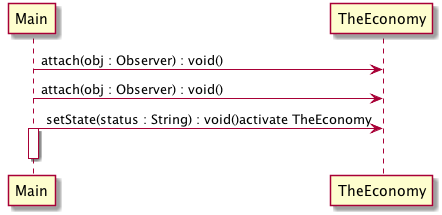
Above: sequence-diagram-gen/sample.png in rishirajrandive/uml-parser (PlantUML), before the change. Source of this version:
```plantuml
@startuml
 Main->TheEconomy:attach(obj : Observer) : void()
 Main->TheEconomy:attach(obj : Observer) : void()
Main->TheEconomy:setState(status : String) : void()activate TheEconomy
activate Main
 deactivate TheEconomy
deactivate Main
 @enduml
```
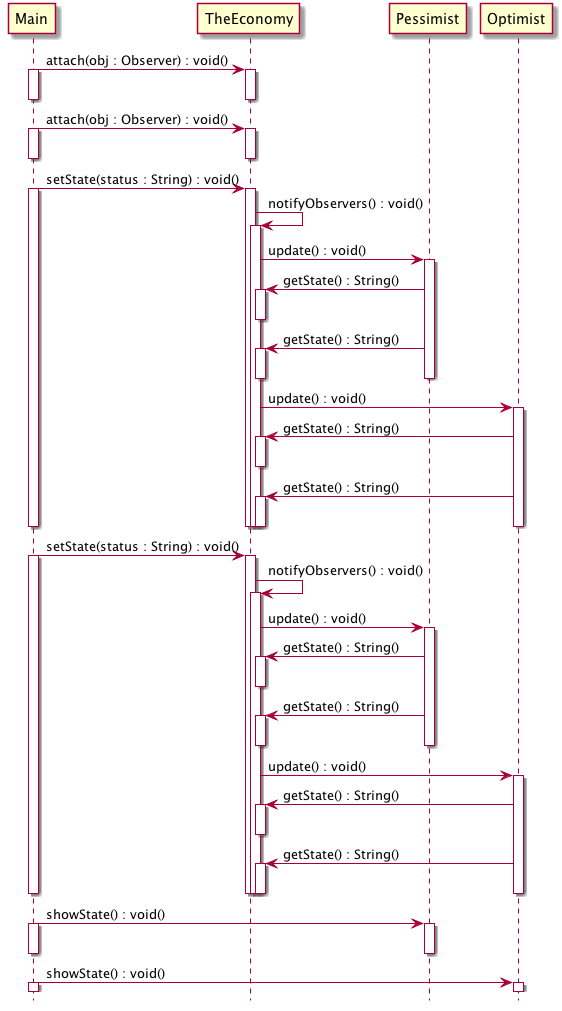
After the change.

Commit message:
Almost there! able to generate sequence diagram now

Change to the diagram source:
```diff
@@ -1,8 +1,73 @@
 @startuml
- Main->TheEconomy:attach(obj : Observer) : void()
- Main->TheEconomy:attach(obj : Observer) : void()
-Main->TheEconomy:setState(status : String) : void()activate TheEconomy
+hide footbox
+Main->TheEconomy:attach(obj : Observer) : void()
 activate Main
- deactivate TheEconomy
+activate TheEconomy
+deactivate TheEconomy
 deactivate Main
- @enduml
+Main->TheEconomy:attach(obj : Observer) : void()
+activate Main
+activate TheEconomy
+deactivate TheEconomy
+deactivate Main
+Main->TheEconomy:setState(status : String) : void()
+activate Main
+activate TheEconomy
+TheEconomy->TheEconomy:notifyObservers() : void()
+activate TheEconomy
+TheEconomy->Pessimist:update() : void()
+activate Pessimist
+Pessimist->TheEconomy:getState() : String()
+activate TheEconomy
+deactivate TheEconomy
+Pessimist->TheEconomy:getState() : String()
+activate TheEconomy
+deactivate TheEconomy
+deactivate Pessimist
+TheEconomy->Optimist:update() : void()
+activate Optimist
+Optimist->TheEconomy:getState() : String()
+activate TheEconomy
+deactivate TheEconomy
+Optimist->TheEconomy:getState() : String()
+activate TheEconomy
+deactivate TheEconomy
+deactivate Optimist
+deactivate TheEconomy
+deactivate TheEconomy
+deactivate Main
+Main->TheEconomy:setState(status : String) : void()
+activate Main
+activate TheEconomy
+TheEconomy->TheEconomy:notifyObservers() : void()
+activate TheEconomy
+TheEconomy->Pessimist:update() : void()
+activate Pessimist
+Pessimist->TheEconomy:getState() : String()
+activate TheEconomy
+deactivate TheEconomy
+Pessimist->TheEconomy:getState() : String()
+activate TheEconomy
+deactivate TheEconomy
+deactivate Pessimist
+TheEconomy->Optimist:update() : void()
+activate Optimist
+Optimist->TheEconomy:getState() : String()
+activate TheEconomy
+deactivate TheEconomy
+Optimist->TheEconomy:getState() : String()
+activate TheEconomy
+deactivate TheEconomy
+deactivate Optimist
+deactivate TheEconomy
+deactivate TheEconomy
+deactivate Main
+Main->Pessimist:showState() : void()
+activate Main
+activate Pessimist
+deactivate Pessimist
+deactivate Main
+Main->Optimist:showState() : void()
+activate Main
+activate Optimist
+@enduml
```
